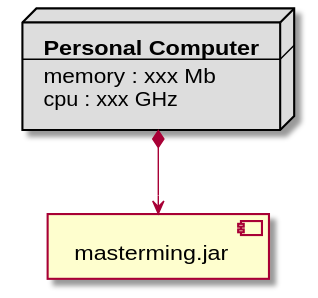
Earlier version of the PlantUML export documentView/console/docs/diagrams/out/vistas/despliegue_fisica.svg (SantaTecla-mastermind/solution.java.swing.socket.sql). The source it was exported from:
```plantuml
@startuml
node node #DDDDDD [
<b>Personal Computer</b>
----
memory : xxx Mb
cpu : xxx GHz
]

[ masterming.jar ] as component

node *--> component
@enduml
```
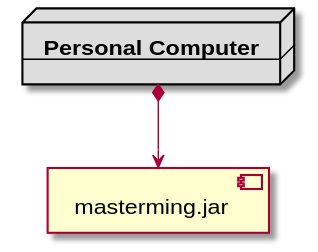
Above is the later version.

Diff of the diagram source:
```diff
@@ -2,8 +2,6 @@
 node node #DDDDDD [
 <b>Personal Computer</b>
 ----
-memory : xxx Mb
-cpu : xxx GHz
 ]
 
 [ masterming.jar ] as component
```
